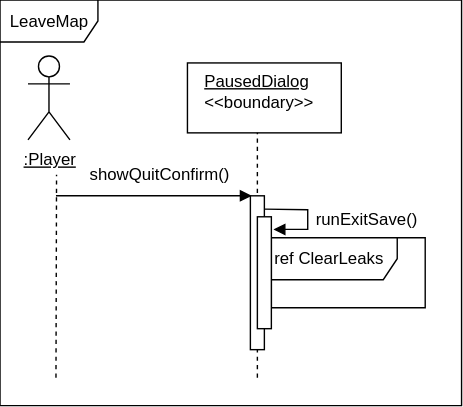
gabits17/Mindustry-Add-ons-SE-Project keeps this draw.io diagram as SE202526/Milestone3/UserStory2/assets/seqLeaveMap.svg. Above is the earlier version. Source tidied: cells renumbered, new cells last; positions are measured from the earlier drawing's top-left corner, leaving out a move shared by most shapes. Source of this version:
```xml
<mxGraphModel>
  <root>
    <mxCell id="0" />
    <mxCell id="1" parent="0" />
    <mxCell id="2" style="rounded=0;whiteSpace=wrap;html=1;" parent="1" vertex="1">
      <mxGeometry x="134" y="45" width="110" height="50" as="geometry" />
    </mxCell>
    <mxCell id="3" value="&lt;u&gt;:Player&lt;/u&gt;" style="shape=umlActor;verticalLabelPosition=bottom;verticalAlign=top;html=1;" parent="1" vertex="1">
      <mxGeometry x="20" y="40" width="30" height="60" as="geometry" />
    </mxCell>
    <mxCell id="4" value="&lt;u&gt;PausedDialog&lt;/u&gt;&lt;div&gt;&amp;lt;&amp;lt;boundary&amp;gt;&amp;gt;&lt;/div&gt;" style="text;html=1;whiteSpace=wrap;strokeColor=none;fillColor=none;align=left;verticalAlign=middle;rounded=0;" parent="1" vertex="1">
      <mxGeometry x="144" y="50" width="60" height="30" as="geometry" />
    </mxCell>
    <mxCell id="5" style="endArrow=none;dashed=1;html=1;rounded=0;" parent="1" edge="1">
      <mxGeometry relative="1" as="geometry">
        <mxPoint x="40" y="270" as="sourcePoint" />
        <mxPoint x="40.4" y="125" as="targetPoint" />
      </mxGeometry>
    </mxCell>
    <mxCell id="6" style="endArrow=none;dashed=1;html=1;rounded=0;entryX=0.5;entryY=1;entryDx=0;entryDy=0;" parent="1" edge="1">
      <mxGeometry relative="1" as="geometry">
        <mxPoint x="184" y="180" as="sourcePoint" />
        <mxPoint x="184" y="95" as="targetPoint" />
      </mxGeometry>
    </mxCell>
    <mxCell id="7" style="endArrow=block;html=1;rounded=0;endFill=1;" parent="1" edge="1">
      <mxGeometry relative="1" as="geometry">
        <mxPoint x="40" y="140" as="sourcePoint" />
        <mxPoint x="180" y="140" as="targetPoint" />
      </mxGeometry>
    </mxCell>
    <mxCell id="8" value="showQuitConfirm()" style="text;html=1;whiteSpace=wrap;strokeColor=none;fillColor=none;align=center;verticalAlign=middle;rounded=0;" parent="1" vertex="1">
      <mxGeometry x="84" y="110" width="60" height="30" as="geometry" />
    </mxCell>
    <mxCell id="9" value="ref ClearLeaks" style="shape=umlFrame;whiteSpace=wrap;html=1;width=90;height=30;align=left;" parent="1" vertex="1">
      <mxGeometry x="194" y="170" width="110" height="50" as="geometry" />
    </mxCell>
    <mxCell id="10" style="rounded=0;whiteSpace=wrap;html=1;" parent="1" vertex="1">
      <mxGeometry x="179" y="140" width="10" height="110" as="geometry" />
    </mxCell>
    <mxCell id="11" style="endArrow=block;html=1;rounded=0;endFill=1;entryX=1.152;entryY=0.113;entryDx=0;entryDy=0;entryPerimeter=0;" parent="1" edge="1" target="15">
      <mxGeometry relative="1" as="geometry">
        <mxPoint x="189" y="149.5" as="sourcePoint" />
        <Array as="points">
          <mxPoint x="220" y="150" />
          <mxPoint x="220" y="164" />
        </Array>
      </mxGeometry>
    </mxCell>
    <mxCell id="12" value="runExitSave()" style="text;html=1;whiteSpace=wrap;strokeColor=none;fillColor=none;align=center;verticalAlign=middle;rounded=0;" parent="1" vertex="1">
      <mxGeometry x="232" y="150" width="60" height="14" as="geometry" />
    </mxCell>
    <mxCell id="13" value="LeaveMap" style="shape=umlFrame;whiteSpace=wrap;html=1;width=70;height=30;" parent="1" vertex="1">
      <mxGeometry width="330" height="290" as="geometry" />
    </mxCell>
    <mxCell id="14" style="endArrow=none;dashed=1;html=1;rounded=0;entryX=0.5;entryY=1;entryDx=0;entryDy=0;" parent="1" edge="1" target="10">
      <mxGeometry relative="1" as="geometry">
        <mxPoint x="184" y="270" as="sourcePoint" />
      </mxGeometry>
    </mxCell>
    <mxCell id="15" style="rounded=0;whiteSpace=wrap;html=1;" parent="1" vertex="1">
      <mxGeometry x="184" y="155" width="10" height="80" as="geometry" />
    </mxCell>
  </root>
</mxGraphModel>
```
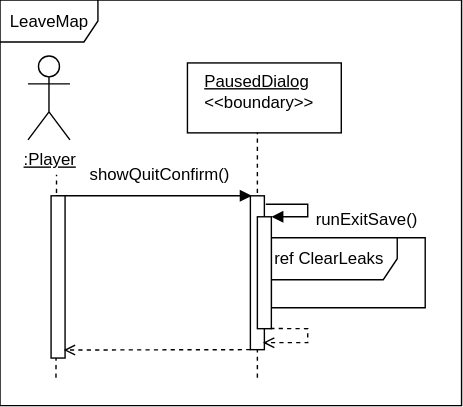
After the change.

What changed in the source:
```diff
@@ -38,12 +38,12 @@
     <mxCell id="10" style="rounded=0;whiteSpace=wrap;html=1;" parent="1" vertex="1">
       <mxGeometry x="179" y="140" width="10" height="110" as="geometry" />
     </mxCell>
-    <mxCell id="11" style="endArrow=block;html=1;rounded=0;endFill=1;entryX=1.152;entryY=0.113;entryDx=0;entryDy=0;entryPerimeter=0;" parent="1" edge="1" target="15">
+    <mxCell id="11" style="endArrow=block;html=1;rounded=0;endFill=1;entryX=1;entryY=0;entryDx=0;entryDy=0;exitX=1.1;exitY=0.091;exitDx=0;exitDy=0;exitPerimeter=0;" parent="1" edge="1" target="15">
       <mxGeometry relative="1" as="geometry">
-        <mxPoint x="189" y="149.5" as="sourcePoint" />
+        <mxPoint x="190" y="146" as="sourcePoint" />
         <Array as="points">
-          <mxPoint x="220" y="150" />
-          <mxPoint x="220" y="164" />
+          <mxPoint x="220" y="146" />
+          <mxPoint x="220" y="155" />
         </Array>
       </mxGeometry>
     </mxCell>
@@ -61,5 +61,23 @@
     <mxCell id="15" style="rounded=0;whiteSpace=wrap;html=1;" parent="1" vertex="1">
       <mxGeometry x="184" y="155" width="10" height="80" as="geometry" />
     </mxCell>
+    <mxCell id="16" style="endArrow=open;html=1;rounded=0;endFill=0;dashed=1;exitX=0.926;exitY=0.936;exitDx=0;exitDy=0;exitPerimeter=0;" parent="1" edge="1">
+      <mxGeometry relative="1" as="geometry">
+        <mxPoint x="193.3" y="234.9" as="sourcePoint" />
+        <mxPoint x="188" y="245" as="targetPoint" />
+        <Array as="points">
+          <mxPoint x="220" y="235" />
+          <mxPoint x="220" y="245" />
+        </Array>
+      </mxGeometry>
+    </mxCell>
+    <mxCell id="17" style="rounded=0;whiteSpace=wrap;html=1;" parent="1" vertex="1">
+      <mxGeometry x="36.5" y="140" width="10" height="116" as="geometry" />
+    </mxCell>
+    <mxCell id="18" style="endArrow=open;html=1;rounded=0;endFill=0;dashed=1;exitX=0;exitY=1;exitDx=0;exitDy=0;entryX=0.909;entryY=0.873;entryDx=0;entryDy=0;entryPerimeter=0;" parent="1" edge="1" source="10">
+      <mxGeometry relative="1" as="geometry">
+        <mxPoint x="45.6" y="250.3" as="targetPoint" />
+      </mxGeometry>
+    </mxCell>
   </root>
 </mxGraphModel>
```
